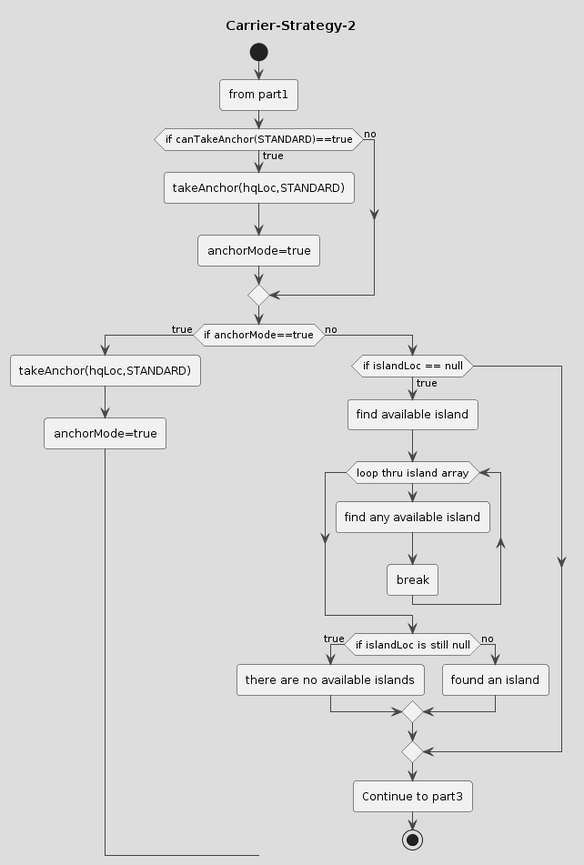
coding-to-music/plantuml-diagram-examples keeps this PlantUML diagram as drawings/Carrier-Strategy-2.png. Above is the earlier version.
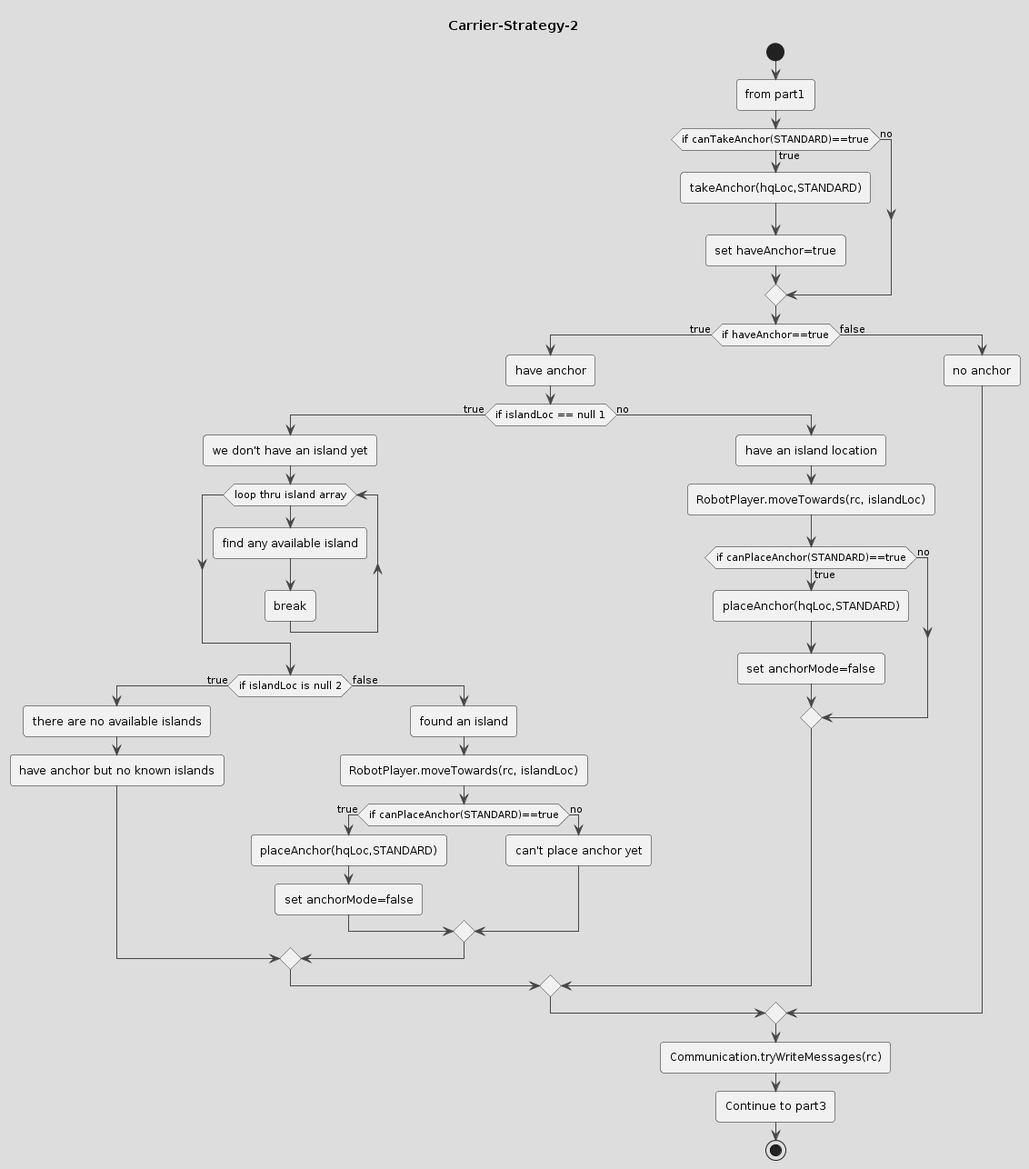
Above is the later version.

Change to the diagram source:
```diff
@@ -7,27 +7,44 @@
 
 if (if canTakeAnchor(STANDARD)==true) then (true)
     :takeAnchor(hqLoc,STANDARD);
-    :anchorMode=true;
+    :set haveAnchor=true;
 else (no)
 endif
 
-if (if anchorMode==true) then (true)
-    :takeAnchor(hqLoc,STANDARD);
-    :anchorMode=true;
-else (no)
-    if(if islandLoc == null) then (true)
-    :find available island;
-    while (loop thru island array)
-        :find any available island;
-        :break;
-    endwhile
-    if(if islandLoc is still null) then (true)
-    :there are no available islands;
+if (if haveAnchor==true) then (true)
+    :have anchor;
+    if(if islandLoc == null 1) then (true)
+        :we don't have an island yet;
+        while (loop thru island array)
+            :find any available island;
+            :break;
+        endwhile
+        if(if islandLoc is null 2) then (true)
+            :there are no available islands;
+            :have anchor but no known islands;
+        else (false)
+            :found an island;
+            :RobotPlayer.moveTowards(rc, islandLoc);
+            if (if canPlaceAnchor(STANDARD)==true) then (true)
+                :placeAnchor(hqLoc,STANDARD);
+                :set anchorMode=false;
+            else (no)
+                :can't place anchor yet;
+            endif
+        endif
     else (no)
-    :found an island;
+        :have an island location;
+        :RobotPlayer.moveTowards(rc, islandLoc);
+        if (if canPlaceAnchor(STANDARD)==true) then (true)
+            :placeAnchor(hqLoc,STANDARD);
+            :set anchorMode=false;
+        else (no)
+        endif
     endif
+else (false)
+    :no anchor;
 endif
-
+:Communication.tryWriteMessages(rc);
 :Continue to part3;
 stop
 @enduml
```
